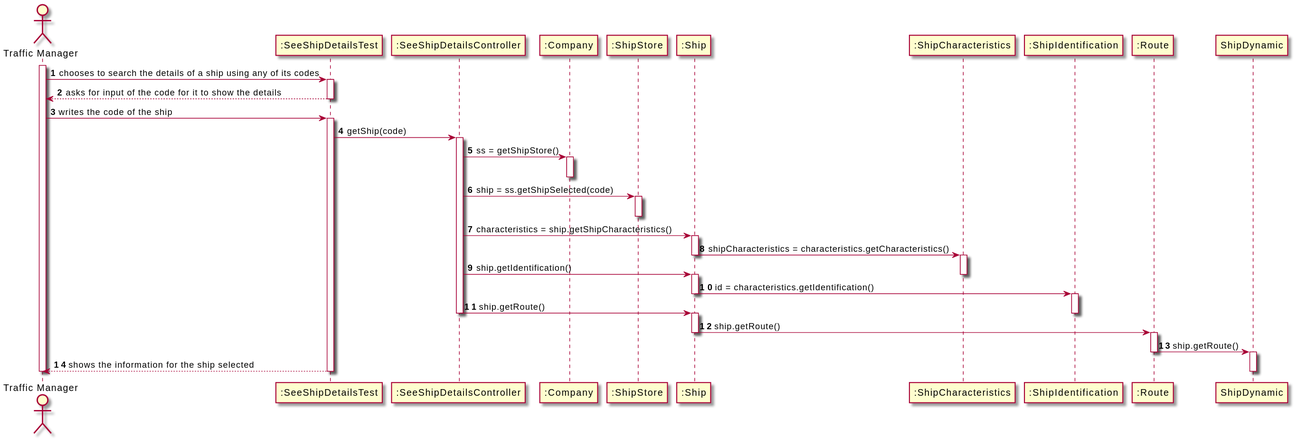
This is docs/US102/US102_SD.svg from RuiRioPina/CargoMaster, a PlantUML export, as it was before one commit. Its diagram source:
```plantuml
@startuml
autonumber
actor "Traffic Manager" as TECH

participant ":SeeShipDetailsTest" as UI
participant ":SeeShipDetailsController" as CTRL
participant ":Company" as CMP
participant ":ShipStore" as CLTLIST
participant ":Ship" as SHIP
participant ":ShipCharacteristics" as ShipCharacteristics
participant ":ShipIdentification" as ShipIdentification
participant ":Route" as Route



activate TECH
TECH-> UI : chooses to search the details of a ship using any of its codes
activate UI

UI --> TECH: asks for input of the code for it to show the details
deactivate CTRL
deactivate UI

TECH-> UI : writes the code of the ship
activate UI
UI -> CTRL : getShip(code)
activate CTRL

CTRL -> CMP: ss = getShipStore()
activate CMP
deactivate CMP

CTRL -> CLTLIST: ship = ss.getShipSelected(code)
activate CLTLIST
deactivate CLTLIST

CTRL -> SHIP: characteristics = ship.getShipCharacteristics()

activate SHIP


SHIP-> ShipCharacteristics: shipCharacteristics = characteristics.getCharacteristics()
deactivate SHIP
activate ShipCharacteristics


CTRL -> SHIP: ship.getIdentification()
deactivate ShipCharacteristics
activate SHIP
SHIP-> ShipIdentification: id = characteristics.getIdentification()
deactivate SHIP
activate ShipIdentification


CTRL -> SHIP: ship.getRoute()
deactivate ShipIdentification
deactivate CTRL
activate SHIP


SHIP -> Route: ship.getRoute()
deactivate SHIP
activate Route
deactivate CTRL


Route -> ShipDynamic: ship.getRoute()
deactivate Route
deactivate SHIP
activate ShipDynamic
deactivate CTRL

UI --> TECH : shows the information for the ship selected
deactivate CTRL
deactivate ShipDynamic
deactivate SHIP









deactivate CLTLIST

deactivate UI
deactivate TECH
@enduml
```
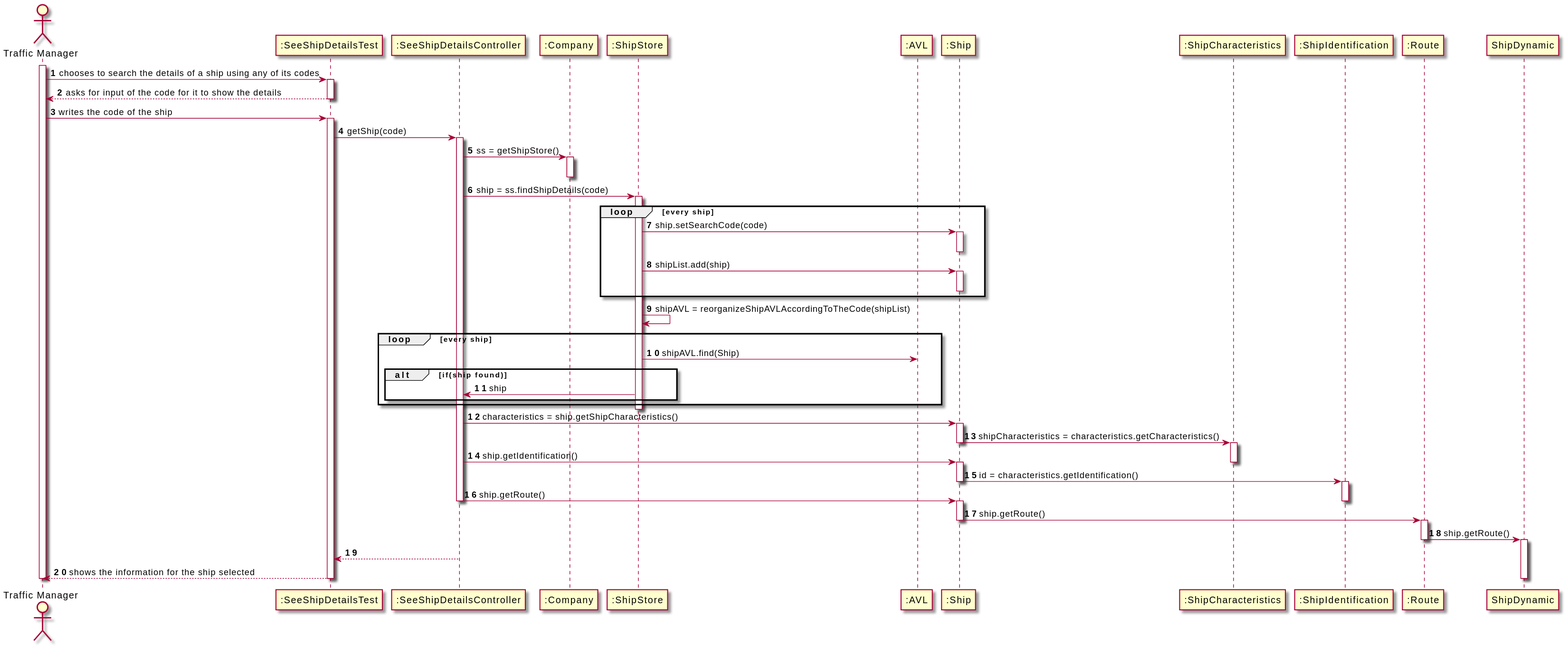
After the change.

Diff of the diagram source:
```diff
@@ -6,10 +6,12 @@
 participant ":SeeShipDetailsController" as CTRL
 participant ":Company" as CMP
 participant ":ShipStore" as CLTLIST
+participant ":AVL" as AVL
 participant ":Ship" as SHIP
 participant ":ShipCharacteristics" as ShipCharacteristics
 participant ":ShipIdentification" as ShipIdentification
 participant ":Route" as Route
+
 
 
 
@@ -30,8 +32,30 @@
 activate CMP
 deactivate CMP
 
-CTRL -> CLTLIST: ship = ss.getShipSelected(code)
+CTRL -> CLTLIST: ship = ss.findShipDetails(code)
 activate CLTLIST
+
+loop every ship
+CLTLIST -> SHIP: ship.setSearchCode(code)
+activate SHIP
+deactivate SHIP
+
+CLTLIST -> SHIP: shipList.add(ship)
+activate SHIP
+deactivate SHIP
+
+
+end for
+
+CLTLIST -> CLTLIST : shipAVL = reorganizeShipAVLAccordingToTheCode(shipList)
+
+loop every ship
+CLTLIST -> AVL: shipAVL.find(Ship)
+alt if(ship found)
+CLTLIST -> CTRL: ship
+end
+end for
+deactivate SHIP
 deactivate CLTLIST
 
 CTRL -> SHIP: characteristics = ship.getShipCharacteristics()
@@ -68,6 +92,9 @@
 deactivate Route
 deactivate SHIP
 activate ShipDynamic
+
+
+CTRL --> UI
 deactivate CTRL
 
 UI --> TECH : shows the information for the ship selected
```
